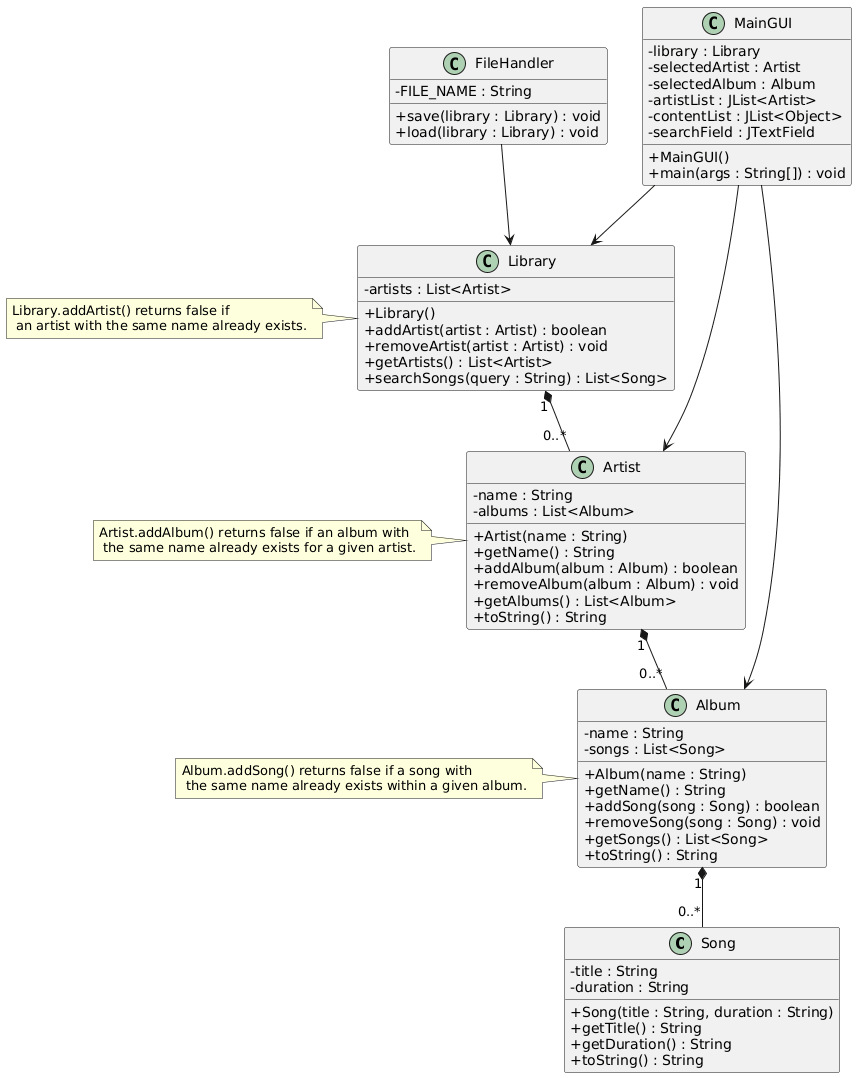
keanu-cruz/CS1410_Team_Project keeps this PlantUML diagram as docs/MediaManagerUML.png. Above is the earlier version.
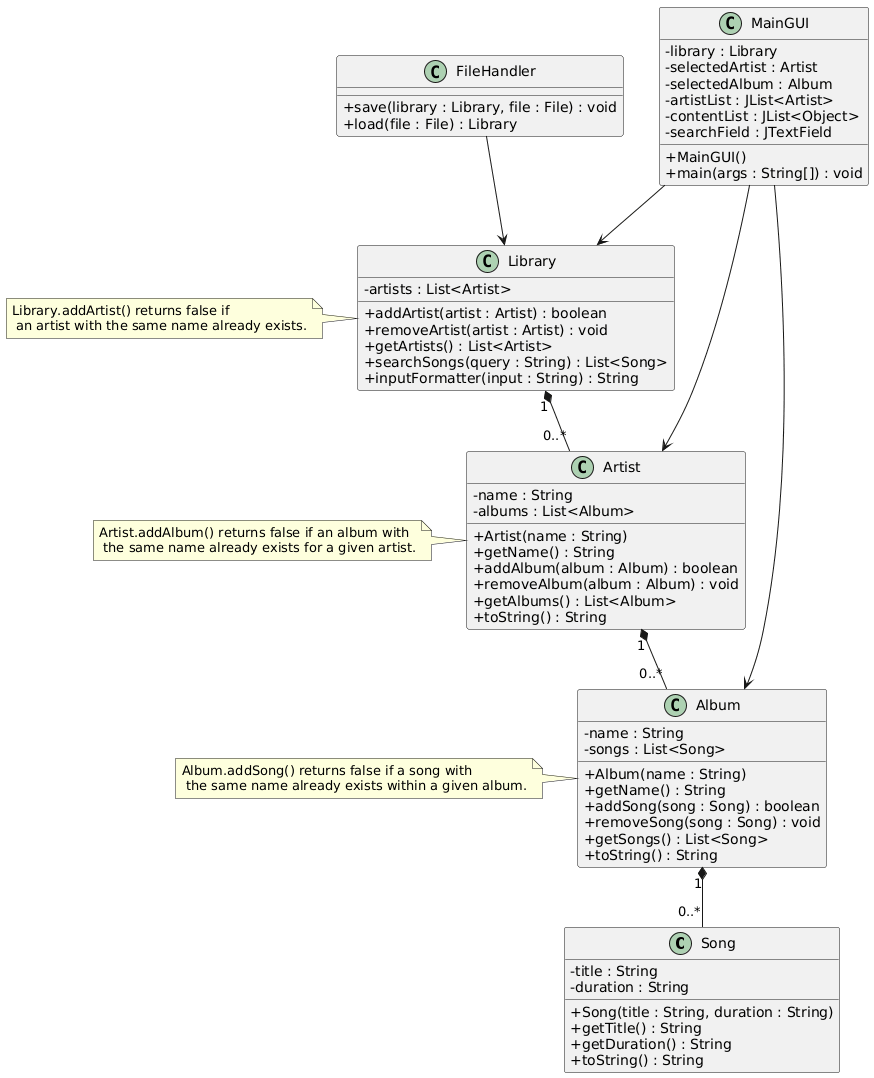
Above is the later version.

Commit message:
Updated Library and FileHandler

Change to the diagram source:
```diff
@@ -36,18 +36,17 @@
 
 class Library {
     - artists : List<Artist>
-    + Library()
     + addArtist(artist : Artist) : boolean
     + removeArtist(artist : Artist) : void
     + getArtists() : List<Artist>
     + searchSongs(query : String) : List<Song>
+    + inputFormatter(input : String) : String
 }
 Note left of Library : Library.addArtist() returns false if\n an artist with the same name already exists.
 
 class FileHandler {
-    - FILE_NAME : String
-    + save(library : Library) : void
-    + load(library : Library) : void
+    + save(library : Library, file : File) : void
+    + load(file : File) : Library
 }
 
 class MainGUI {
```
